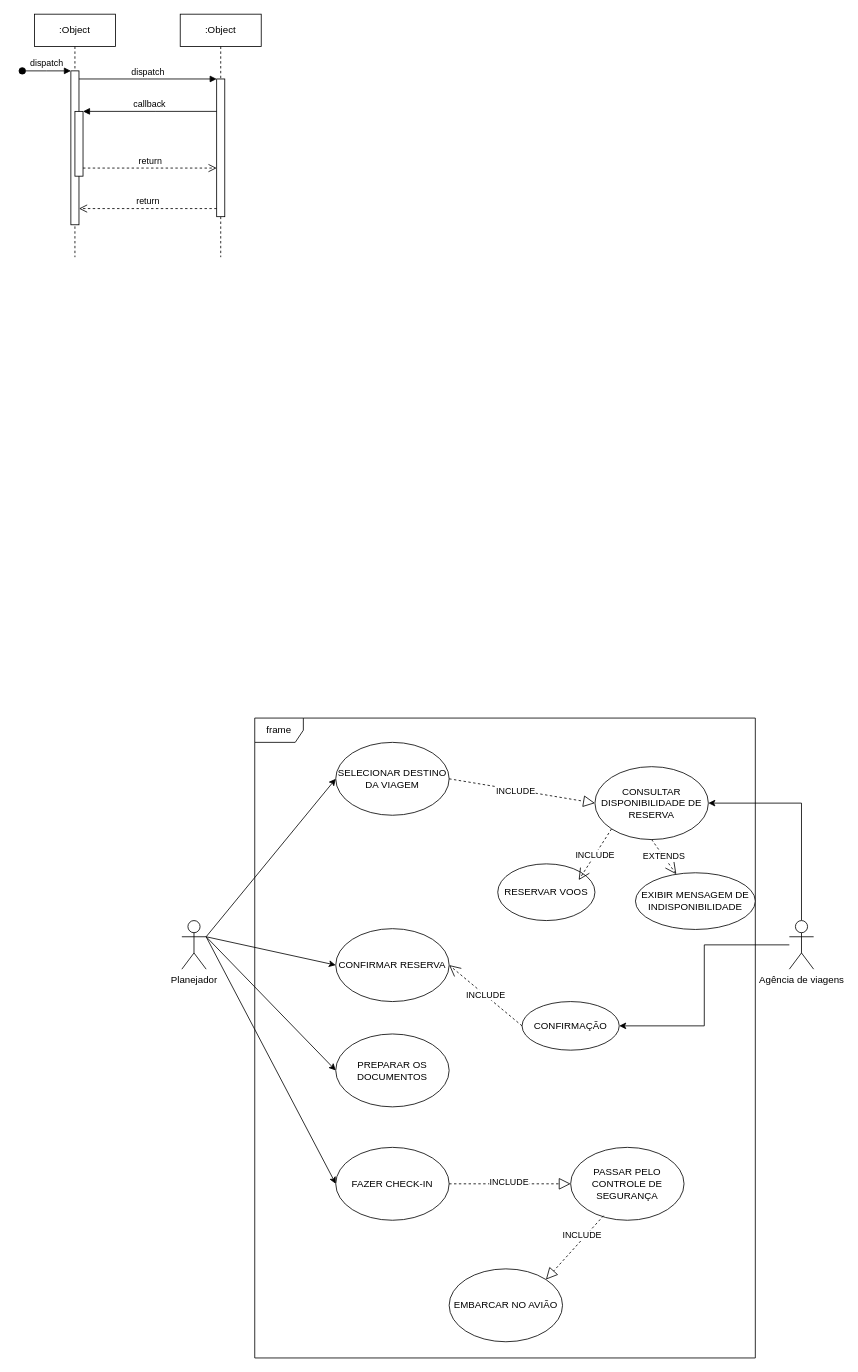
Above: Diagrama sem nome.drawio in fe1ipesena/biblioteca-Java-Swing (draw.io), before the change. Source tidied: cells renumbered, new cells numbered last; positions are measured from the earlier drawing's top-left corner, leaving out a move shared by most shapes. Both pictures are drawn from the tidied source at 81%, with x=0, y=0 at pixel (22, 14).
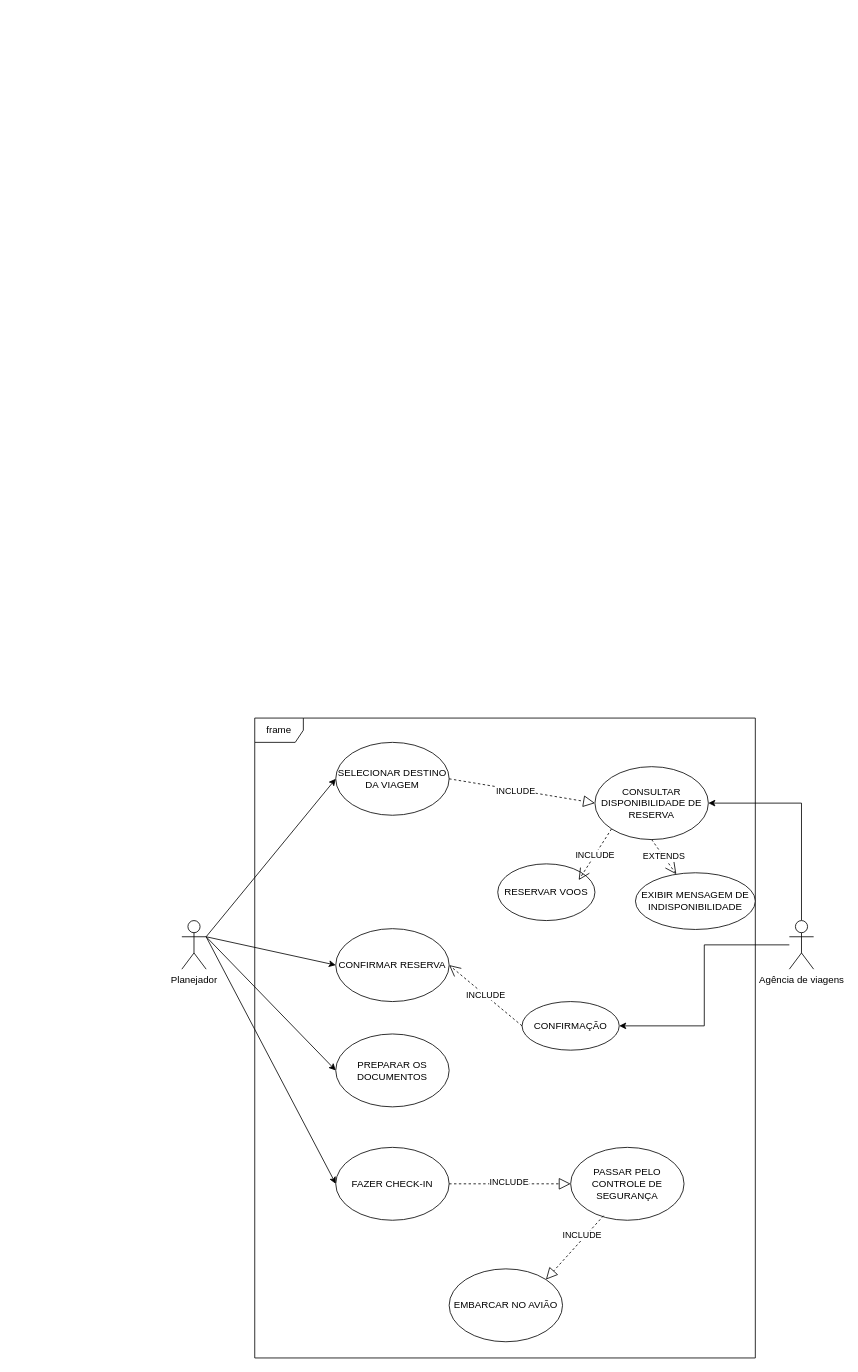
The same page after the edit.

Change to the diagram source:
```diff
@@
-    <mxCell id="2" value=":Object" style="shape=umlLifeline;perimeter=lifelinePerimeter;whiteSpace=wrap;html=1;newEdgeStyle={&quot;edgeStyle&quot;:&quot;elbowEdgeStyle&quot;,&quot;elbow&quot;:&quot;vertical&quot;,&quot;curved&quot;:0,&quot;rounded&quot;:0};" parent="1" vertex="1">
-      <mxGeometry x="15" width="100" height="300" as="geometry" />
-    </mxCell>
-    <mxCell id="3" style="html=1;points=[];perimeter=orthogonalPerimeter;outlineConnect=0;targetShapes=umlLifeline;portConstraint=eastwest;newEdgeStyle={&quot;edgeStyle&quot;:&quot;elbowEdgeStyle&quot;,&quot;elbow&quot;:&quot;vertical&quot;,&quot;curved&quot;:0,&quot;rounded&quot;:0};" parent="2" vertex="1">
-      <mxGeometry x="45" y="70" width="10" height="190" as="geometry" />
-    </mxCell>
-    <mxCell id="4" value="dispatch" style="html=1;verticalAlign=bottom;startArrow=oval;endArrow=block;startSize=8;edgeStyle=elbowEdgeStyle;elbow=vertical;curved=0;rounded=0;" parent="2" edge="1" target="3">
-      <mxGeometry relative="1" as="geometry">
-        <mxPoint x="-15" y="70" as="sourcePoint" />
-      </mxGeometry>
-    </mxCell>
-    <mxCell id="5" style="html=1;points=[];perimeter=orthogonalPerimeter;outlineConnect=0;targetShapes=umlLifeline;portConstraint=eastwest;newEdgeStyle={&quot;edgeStyle&quot;:&quot;elbowEdgeStyle&quot;,&quot;elbow&quot;:&quot;vertical&quot;,&quot;curved&quot;:0,&quot;rounded&quot;:0};" parent="2" vertex="1">
-      <mxGeometry x="50" y="120" width="10" height="80" as="geometry" />
-    </mxCell>
-    <mxCell id="6" value=":Object" style="shape=umlLifeline;perimeter=lifelinePerimeter;whiteSpace=wrap;html=1;newEdgeStyle={&quot;edgeStyle&quot;:&quot;elbowEdgeStyle&quot;,&quot;elbow&quot;:&quot;vertical&quot;,&quot;curved&quot;:0,&quot;rounded&quot;:0};" parent="1" vertex="1">
-      <mxGeometry x="195" width="100" height="300" as="geometry" />
-    </mxCell>
-    <mxCell id="7" style="html=1;points=[];perimeter=orthogonalPerimeter;outlineConnect=0;targetShapes=umlLifeline;portConstraint=eastwest;newEdgeStyle={&quot;edgeStyle&quot;:&quot;elbowEdgeStyle&quot;,&quot;elbow&quot;:&quot;vertical&quot;,&quot;curved&quot;:0,&quot;rounded&quot;:0};" parent="6" vertex="1">
-      <mxGeometry x="45" y="80" width="10" height="170" as="geometry" />
-    </mxCell>
-    <mxCell id="8" value="dispatch" style="html=1;verticalAlign=bottom;endArrow=block;edgeStyle=elbowEdgeStyle;elbow=vertical;curved=0;rounded=0;" parent="1" edge="1" source="3" target="7">
-      <mxGeometry relative="1" as="geometry">
-        <Array as="points">
-          <mxPoint x="155" y="80" />
-        </Array>
-      </mxGeometry>
-    </mxCell>
-    <mxCell id="9" value="return" style="html=1;verticalAlign=bottom;endArrow=open;dashed=1;endSize=8;edgeStyle=elbowEdgeStyle;elbow=vertical;curved=0;rounded=0;" parent="1" edge="1" source="7" target="3">
-      <mxGeometry relative="1" as="geometry">
-        <Array as="points">
-          <mxPoint x="165" y="240" />
-        </Array>
-      </mxGeometry>
-    </mxCell>
-    <mxCell id="10" value="callback" style="html=1;verticalAlign=bottom;endArrow=block;edgeStyle=elbowEdgeStyle;elbow=vertical;curved=0;rounded=0;" parent="1" edge="1" source="7" target="5">
-      <mxGeometry relative="1" as="geometry">
-        <Array as="points">
-          <mxPoint x="165" y="120" />
-        </Array>
-      </mxGeometry>
-    </mxCell>
-    <mxCell id="11" value="return" style="html=1;verticalAlign=bottom;endArrow=open;dashed=1;endSize=8;edgeStyle=elbowEdgeStyle;elbow=vertical;curved=0;rounded=0;" parent="1" edge="1" source="5" target="7">
-      <mxGeometry relative="1" as="geometry">
-        <Array as="points">
-          <mxPoint x="155" y="190" />
-        </Array>
-      </mxGeometry>
-    </mxCell>
```
